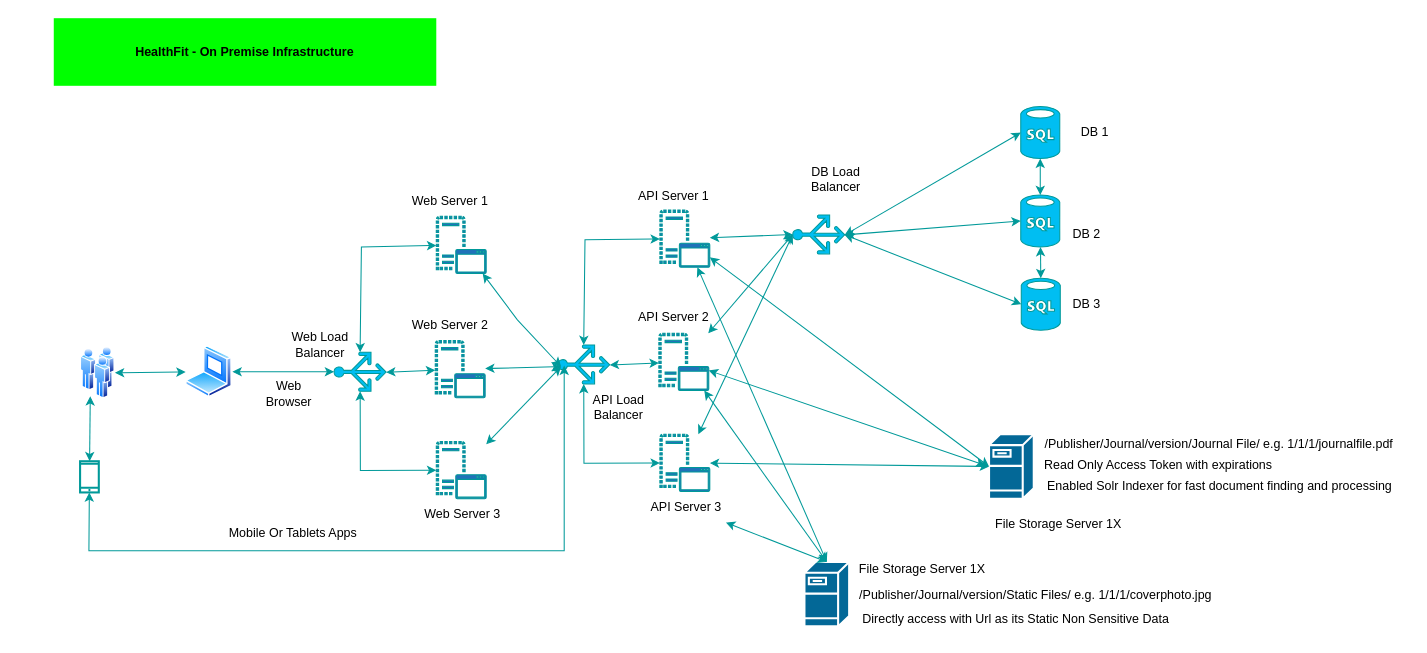
Above: Requirement Documents/HealthFit - Architecture Diagram.drawio in vishalbajad/HealthFit (draw.io), before the change. Source tidied: cells renumbered, new cells numbered last; positions are measured from the earlier drawing's top-left corner, leaving out a move shared by most shapes. Both pictures are drawn from the tidied source at 104%, with x=0, y=0 at pixel (53, 18).
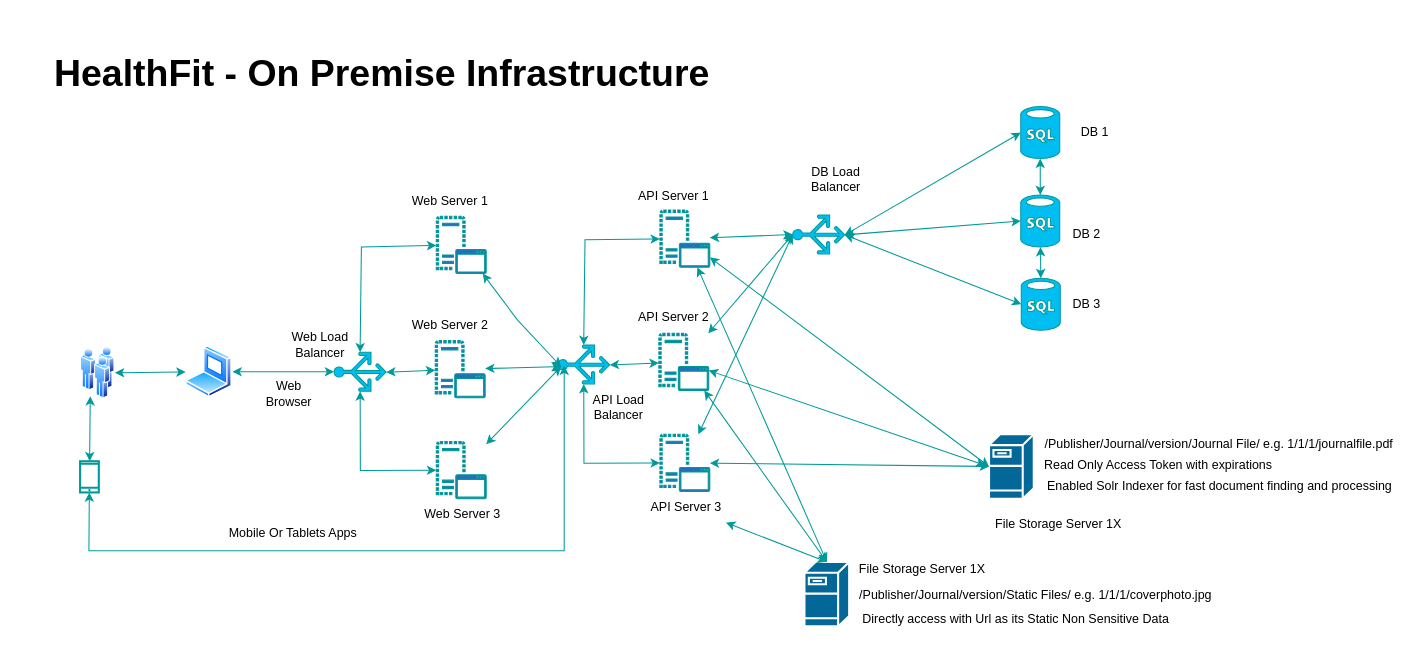
The same diagram, later.

Diff of the diagram source:
```diff
@@
-    <mxCell id="67" value="HealthFit - On Premise Infrastructure" style="text;html=1;strokeColor=none;fillColor=#00FF00;align=center;verticalAlign=middle;whiteSpace=wrap;rounded=0;fontStyle=1;" parent="1" vertex="1">
-      <mxGeometry x="0.2" width="367.8" height="65" as="geometry" />
+    <mxCell id="67" value="&lt;font style=&quot;font-size: 36px;&quot;&gt;HealthFit - On Premise Infrastructure&lt;/font&gt;" style="text;html=1;strokeColor=none;fillColor=none;align=center;verticalAlign=middle;whiteSpace=wrap;rounded=0;fontStyle=1;" parent="1" vertex="1">
+      <mxGeometry x="-34.4" y="20" width="700.4" height="65" as="geometry" />
     </mxCell>
```
